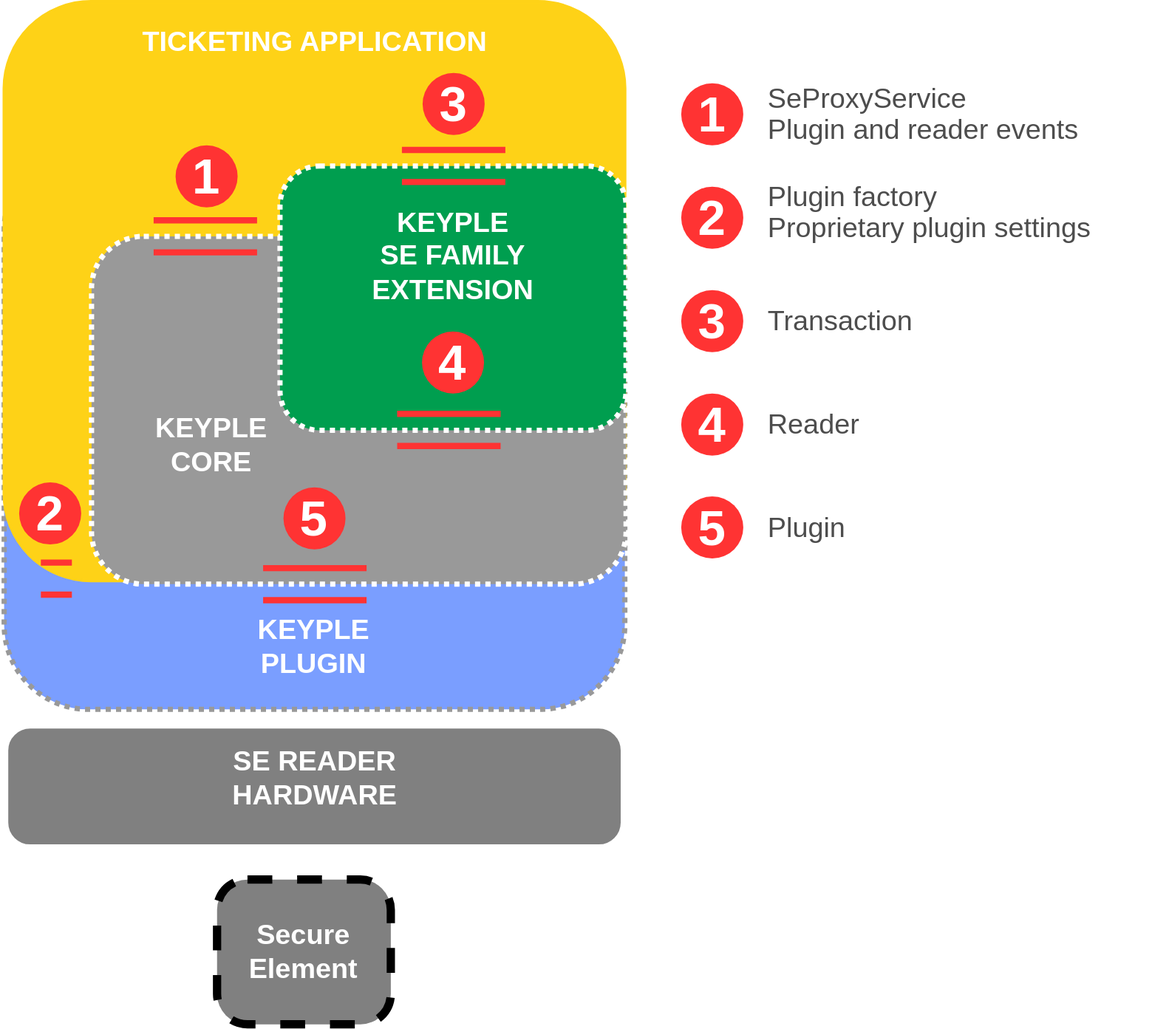
This is content/docs/API Reference/keyple-interfaces.svg from jeanpierrefortune/keyple-website-1, a draw.io export, as it was before one commit. Source tidied: cells renumbered, new cells last; positions are measured from the earlier drawing's top-left corner, leaving out a move shared by most shapes.
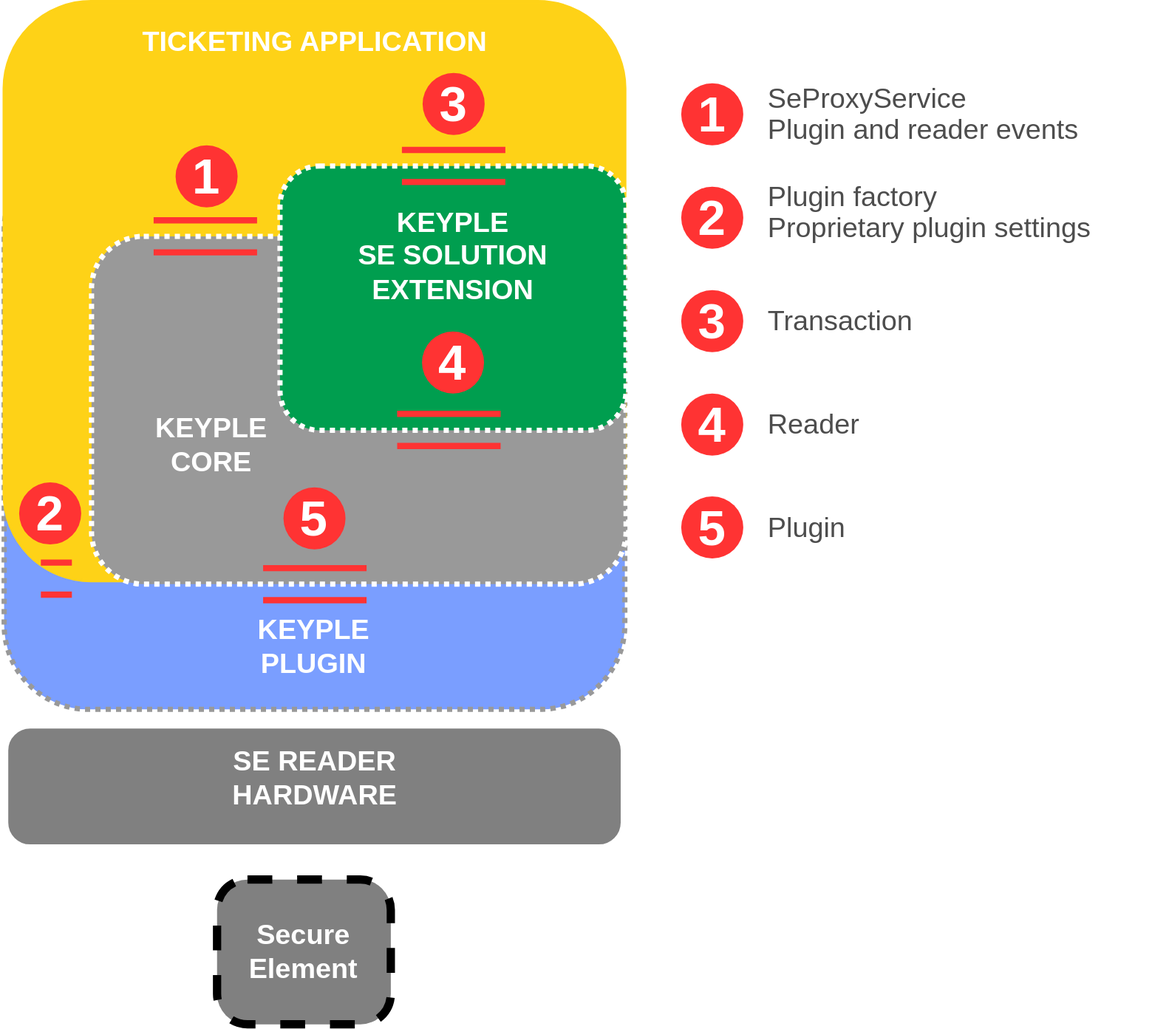
Later version of the same file.

The edit, as a diff of the source:
```diff
@@ -35,7 +35,7 @@
     <mxCell id="12" style="whiteSpace=wrap;html=1;rounded=1;shadow=0;strokeWidth=5;fontSize=20;align=center;strokeColor=#FFFFFF;fillColor=#009E4F;dashed=1;dashPattern=1 1;" parent="11" vertex="1">
       <mxGeometry width="334.5" height="255.6" as="geometry" />
     </mxCell>
-    <mxCell id="13" value="KEYPLE&lt;br&gt;SE FAMILY&lt;br&gt;EXTENSION" style="text;html=1;strokeColor=none;fillColor=none;align=center;verticalAlign=middle;whiteSpace=wrap;rounded=0;shadow=0;fontSize=27;fontColor=#FFFFFF;fontStyle=1;" parent="11" vertex="1">
+    <mxCell id="13" value="KEYPLE&lt;br&gt;SE SOLUTION&lt;br&gt;EXTENSION" style="text;html=1;strokeColor=none;fillColor=none;align=center;verticalAlign=middle;whiteSpace=wrap;rounded=0;shadow=0;fontSize=27;fontColor=#FFFFFF;fontStyle=1;" parent="11" vertex="1">
       <mxGeometry x="-31.2" y="40" width="396.9" height="94.2" as="geometry" />
     </mxCell>
     <mxCell id="14" value="&lt;b&gt;&lt;font style=&quot;font-size: 48px&quot; color=&quot;#ffffff&quot;&gt;4&lt;/font&gt;&lt;/b&gt;" style="ellipse;whiteSpace=wrap;html=1;fillColor=#FF3333;strokeColor=none;" parent="11" vertex="1">
```
